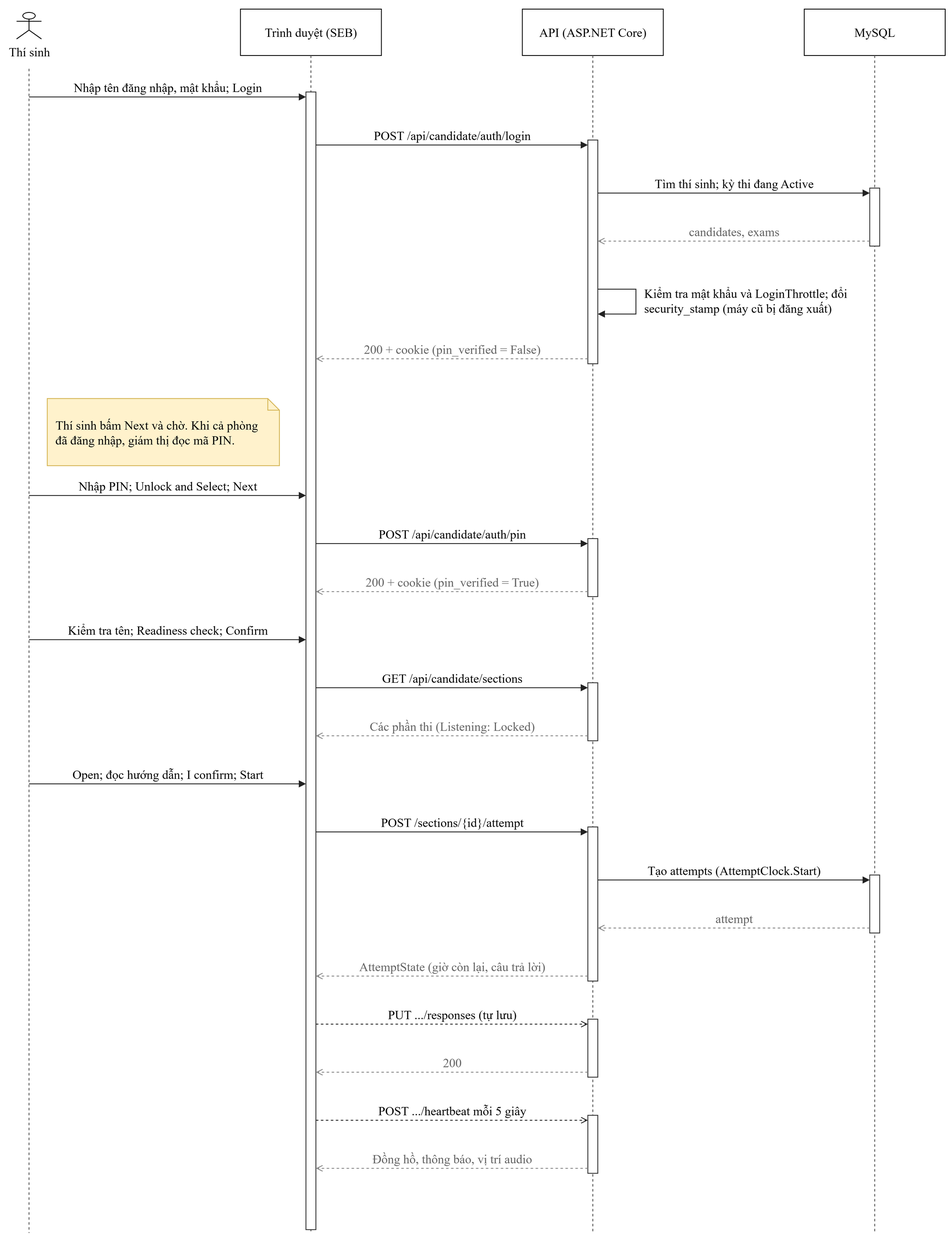
Above: thesis/diagrams/seq-candidate-login.drawio.png in trhlow/cambridge-exam-prep (draw.io), before the change. Source tidied: cells renumbered, new cells last; positions are measured from the earlier drawing's top-left corner, leaving out a move shared by most shapes.
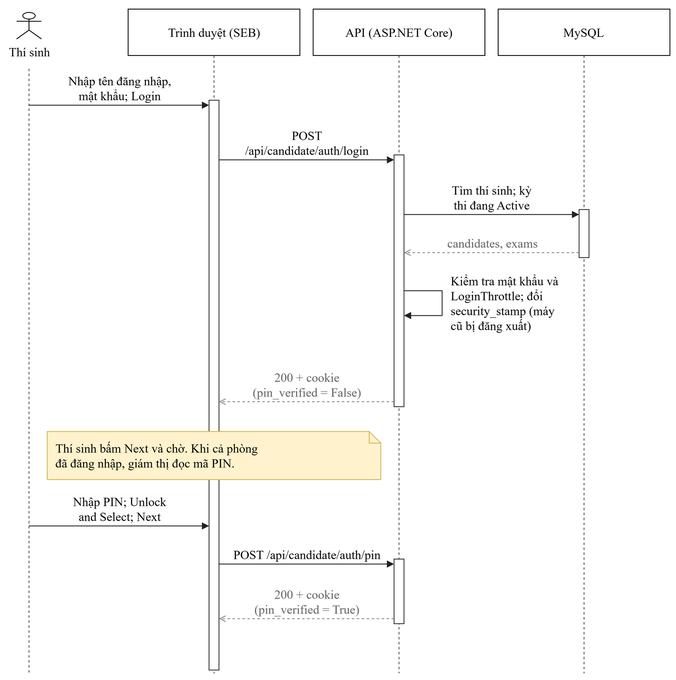
After the change.

Diff of the diagram source:
```diff
@@ -3,203 +3,116 @@
     <mxCell id="0" />
     <mxCell id="1" parent="0" />
     <mxCell id="2" value="Thí sinh" style="shape=umlActor;verticalLabelPosition=bottom;verticalAlign=top;html=1;fontFamily=Times New Roman;fontSize=15;" parent="1" vertex="1">
-      <mxGeometry y="4" width="30" height="32" as="geometry" />
+      <mxGeometry x="-35" y="4" width="30" height="32" as="geometry" />
     </mxCell>
     <mxCell id="3" style="endArrow=none;dashed=1;html=1;strokeColor=#555555;" parent="1" edge="1">
       <mxGeometry relative="1" as="geometry">
-        <mxPoint x="15" y="72" as="sourcePoint" />
-        <mxPoint x="15" y="1477" as="targetPoint" />
+        <mxPoint x="-20" y="72" as="sourcePoint" />
+        <mxPoint x="-20" y="802" as="targetPoint" />
       </mxGeometry>
     </mxCell>
     <mxCell id="4" value="Trình duyệt (SEB)" style="rounded=0;whiteSpace=wrap;html=1;fontFamily=Times New Roman;fontSize=15;" parent="1" vertex="1">
-      <mxGeometry x="270" width="170" height="56" as="geometry" />
+      <mxGeometry x="99.7" width="207.3" height="56" as="geometry" />
     </mxCell>
     <mxCell id="5" style="endArrow=none;dashed=1;html=1;strokeColor=#555555;" parent="1" edge="1">
       <mxGeometry relative="1" as="geometry">
-        <mxPoint x="355" y="56" as="sourcePoint" />
-        <mxPoint x="355" y="1477" as="targetPoint" />
+        <mxPoint x="203.3" y="56" as="sourcePoint" />
+        <mxPoint x="203.3" y="802" as="targetPoint" />
       </mxGeometry>
     </mxCell>
     <mxCell id="6" value="API (ASP.NET Core)" style="rounded=0;whiteSpace=wrap;html=1;fontFamily=Times New Roman;fontSize=15;" parent="1" vertex="1">
-      <mxGeometry x="610" width="170" height="56" as="geometry" />
+      <mxGeometry x="323" width="207.3" height="56" as="geometry" />
     </mxCell>
     <mxCell id="7" style="endArrow=none;dashed=1;html=1;strokeColor=#555555;" parent="1" edge="1">
       <mxGeometry relative="1" as="geometry">
-        <mxPoint x="695" y="56" as="sourcePoint" />
-        <mxPoint x="695" y="1477" as="targetPoint" />
+        <mxPoint x="426.7" y="56" as="sourcePoint" />
+        <mxPoint x="426.7" y="802" as="targetPoint" />
       </mxGeometry>
     </mxCell>
     <mxCell id="8" value="MySQL" style="rounded=0;whiteSpace=wrap;html=1;fontFamily=Times New Roman;fontSize=15;" parent="1" vertex="1">
-      <mxGeometry x="950" width="170" height="56" as="geometry" />
+      <mxGeometry x="546.3" width="207.3" height="56" as="geometry" />
     </mxCell>
     <mxCell id="9" style="endArrow=none;dashed=1;html=1;strokeColor=#555555;" parent="1" edge="1">
       <mxGeometry relative="1" as="geometry">
-        <mxPoint x="1035" y="56" as="sourcePoint" />
-        <mxPoint x="1035" y="1477" as="targetPoint" />
+        <mxPoint x="650" y="56" as="sourcePoint" />
+        <mxPoint x="650" y="802" as="targetPoint" />
       </mxGeometry>
     </mxCell>
     <mxCell id="10" style="rounded=0;whiteSpace=wrap;html=1;fillColor=#ffffff;strokeColor=#333333;" parent="1" vertex="1">
-      <mxGeometry x="1029" y="216" width="12" height="70" as="geometry" />
+      <mxGeometry x="644" y="242" width="12" height="58" as="geometry" />
     </mxCell>
     <mxCell id="11" style="rounded=0;whiteSpace=wrap;html=1;fillColor=#ffffff;strokeColor=#333333;" parent="1" vertex="1">
-      <mxGeometry x="689" y="158" width="12" height="270" as="geometry" />
+      <mxGeometry x="420.7" y="176" width="12" height="304" as="geometry" />
     </mxCell>
     <mxCell id="12" style="rounded=0;whiteSpace=wrap;html=1;fillColor=#ffffff;strokeColor=#333333;" parent="1" vertex="1">
-      <mxGeometry x="689" y="639" width="12" height="70" as="geometry" />
+      <mxGeometry x="420.7" y="664" width="12" height="78" as="geometry" />
     </mxCell>
     <mxCell id="13" style="rounded=0;whiteSpace=wrap;html=1;fillColor=#ffffff;strokeColor=#333333;" parent="1" vertex="1">
-      <mxGeometry x="689" y="813" width="12" height="70" as="geometry" />
+      <mxGeometry x="197.3" y="110" width="12" height="688" as="geometry" />
     </mxCell>
-    <mxCell id="14" style="rounded=0;whiteSpace=wrap;html=1;fillColor=#ffffff;strokeColor=#333333;" parent="1" vertex="1">
-      <mxGeometry x="1029" y="1045" width="12" height="70" as="geometry" />
-    </mxCell>
-    <mxCell id="15" style="rounded=0;whiteSpace=wrap;html=1;fillColor=#ffffff;strokeColor=#333333;" parent="1" vertex="1">
-      <mxGeometry x="689" y="987" width="12" height="186" as="geometry" />
-    </mxCell>
-    <mxCell id="16" style="rounded=0;whiteSpace=wrap;html=1;fillColor=#ffffff;strokeColor=#333333;" parent="1" vertex="1">
-      <mxGeometry x="689" y="1219" width="12" height="70" as="geometry" />
-    </mxCell>
-    <mxCell id="17" style="rounded=0;whiteSpace=wrap;html=1;fillColor=#ffffff;strokeColor=#333333;" parent="1" vertex="1">
-      <mxGeometry x="689" y="1335" width="12" height="70" as="geometry" />
-    </mxCell>
-    <mxCell id="18" style="rounded=0;whiteSpace=wrap;html=1;fillColor=#ffffff;strokeColor=#333333;" parent="1" vertex="1">
-      <mxGeometry x="349" y="100" width="12" height="1373" as="geometry" />
-    </mxCell>
-    <mxCell id="19" value="Nhập tên đăng nhập, mật khẩu; Login" style="endArrow=block;endFill=1;html=1;rounded=0;strokeColor=#222222;fontFamily=Times New Roman;fontSize=15;labelBackgroundColor=#ffffff;verticalAlign=bottom;" parent="1" edge="1">
+    <mxCell id="19" value="Nhập tên đăng nhập,&#10;mật khẩu; Login" style="endArrow=block;endFill=1;html=1;rounded=0;strokeColor=#222222;fontFamily=Times New Roman;fontSize=15;labelBackgroundColor=#ffffff;verticalAlign=bottom;" parent="1" edge="1">
       <mxGeometry relative="1" as="geometry">
-        <mxPoint x="15" y="106" as="sourcePoint" />
-        <mxPoint x="349" y="106" as="targetPoint" />
+        <mxPoint x="-20" y="116" as="sourcePoint" />
+        <mxPoint x="197.3" y="116" as="targetPoint" />
       </mxGeometry>
     </mxCell>
+    <mxCell id="42" value="POST&#10;/api/candidate/auth/login" style="endArrow=block;endFill=1;html=1;rounded=0;strokeColor=#222222;fontFamily=Times New Roman;fontSize=15;labelBackgroundColor=#ffffff;verticalAlign=bottom;" parent="1" edge="1">
+      <mxGeometry relative="1" as="geometry">
+        <mxPoint x="209.3" y="182" as="sourcePoint" />
+        <mxPoint x="420.7" y="182" as="targetPoint" />
+      </mxGeometry>
+    </mxCell>
+    <mxCell id="21" value="Tìm thí sinh; kỳ&#10;thi đang Active" style="endArrow=block;endFill=1;html=1;rounded=0;strokeColor=#222222;fontFamily=Times New Roman;fontSize=15;labelBackgroundColor=#ffffff;verticalAlign=bottom;" parent="1" edge="1">
+      <mxGeometry relative="1" as="geometry">
+        <mxPoint x="432.7" y="248" as="sourcePoint" />
+        <mxPoint x="644" y="248" as="targetPoint" />
+      </mxGeometry>
+    </mxCell>
+    <mxCell id="43" value="candidates, exams" style="endArrow=open;dashed=1;html=1;rounded=0;strokeColor=#888888;fontColor=#666666;fontFamily=Times New Roman;fontSize=15;labelBackgroundColor=#ffffff;verticalAlign=bottom;" parent="1" edge="1">
+      <mxGeometry relative="1" as="geometry">
+        <mxPoint x="644" y="294" as="sourcePoint" />
+        <mxPoint x="432.7" y="294" as="targetPoint" />
+      </mxGeometry>
+    </mxCell>
+    <mxCell id="44" style="endArrow=block;endFill=1;html=1;rounded=0;strokeColor=#222222;fontFamily=Times New Roman;fontSize=15;labelBackgroundColor=#ffffff;verticalAlign=bottom;" parent="1" edge="1">
+      <mxGeometry relative="1" as="geometry">
+        <mxPoint x="432.7" y="340" as="sourcePoint" />
+        <mxPoint x="432.7" y="370" as="targetPoint" />
+        <Array as="points">
+          <mxPoint x="478.7" y="340" />
+          <mxPoint x="478.7" y="370" />
+        </Array>
+      </mxGeometry>
+    </mxCell>
+    <mxCell id="24" value="Kiểm tra mật khẩu và&#10;LoginThrottle; đổi&#10;security_stamp (máy&#10;cũ bị đăng xuất)" style="text;html=1;whiteSpace=wrap;align=left;verticalAlign=middle;fontFamily=Times New Roman;fontSize=15;" parent="1" vertex="1">
+      <mxGeometry x="486.7" y="311" width="155.3" height="88" as="geometry" />
+    </mxCell>
-    <mxCell id="20" value="POST /api/candidate/auth/login" style="endArrow=block;endFill=1;html=1;rounded=0;strokeColor=#222222;fontFamily=Times New Roman;fontSize=15;labelBackgroundColor=#ffffff;verticalAlign=bottom;" parent="1" edge="1">
+    <mxCell id="20" value="200 + cookie&#10;(pin_verified = False)" style="endArrow=open;dashed=1;html=1;rounded=0;strokeColor=#888888;fontColor=#666666;fontFamily=Times New Roman;fontSize=15;labelBackgroundColor=#ffffff;verticalAlign=bottom;" parent="1" edge="1">
       <mxGeometry relative="1" as="geometry">
-        <mxPoint x="361" y="164" as="sourcePoint" />
-        <mxPoint x="689" y="164" as="targetPoint" />
+        <mxPoint x="420.7" y="474" as="sourcePoint" />
+        <mxPoint x="209.3" y="474" as="targetPoint" />
       </mxGeometry>
     </mxCell>
-    <mxCell id="21" value="Tìm thí sinh; kỳ thi đang Active" style="endArrow=block;endFill=1;html=1;rounded=0;strokeColor=#222222;fontFamily=Times New Roman;fontSize=15;labelBackgroundColor=#ffffff;verticalAlign=bottom;" parent="1" edge="1">
-      <mxGeometry relative="1" as="geometry">
-        <mxPoint x="701" y="222" as="sourcePoint" />
-        <mxPoint x="1029" y="222" as="targetPoint" />
-      </mxGeometry>
-    </mxCell>
+    <mxCell id="26" value="Thí sinh bấm Next và chờ. Khi cả phòng&#10;đã đăng nhập, giám thị đọc mã PIN." style="shape=note;whiteSpace=wrap;html=1;size=14;fillColor=#fff2cc;strokeColor=#d6b656;align=left;spacingLeft=8;spacingRight=8;fontFamily=Times New Roman;fontSize=15;" parent="1" vertex="1">
+      <mxGeometry x="2" y="510" width="402.7" height="58" as="geometry" />
+    </mxCell>
-    <mxCell id="22" value="candidates, exams" style="endArrow=open;dashed=1;html=1;rounded=0;strokeColor=#888888;fontColor=#666666;fontFamily=Times New Roman;fontSize=15;labelBackgroundColor=#ffffff;verticalAlign=bottom;" parent="1" edge="1">
+    <mxCell id="22" value="Nhập PIN; Unlock&#10;and Select; Next" style="endArrow=block;endFill=1;html=1;rounded=0;strokeColor=#222222;fontFamily=Times New Roman;fontSize=15;labelBackgroundColor=#ffffff;verticalAlign=bottom;" parent="1" edge="1">
       <mxGeometry relative="1" as="geometry">
-        <mxPoint x="1029" y="280" as="sourcePoint" />
-        <mxPoint x="701" y="280" as="targetPoint" />
+        <mxPoint x="-20" y="624" as="sourcePoint" />
+        <mxPoint x="197.3" y="624" as="targetPoint" />
       </mxGeometry>
     </mxCell>
-    <mxCell id="23" style="endArrow=block;endFill=1;html=1;rounded=0;strokeColor=#222222;fontFamily=Times New Roman;fontSize=15;labelBackgroundColor=#ffffff;verticalAlign=bottom;" parent="1" edge="1">
+    <mxCell id="23" value="POST /api/candidate/auth/pin" style="endArrow=block;endFill=1;html=1;rounded=0;strokeColor=#222222;fontFamily=Times New Roman;fontSize=15;labelBackgroundColor=#ffffff;verticalAlign=bottom;" parent="1" edge="1">
       <mxGeometry relative="1" as="geometry">
-        <mxPoint x="701" y="338" as="sourcePoint" />
-        <mxPoint x="701" y="368" as="targetPoint" />
-        <Array as="points">
-          <mxPoint x="747" y="338" />
-          <mxPoint x="747" y="368" />
-        </Array>
+        <mxPoint x="209.3" y="670" as="sourcePoint" />
+        <mxPoint x="420.7" y="670" as="targetPoint" />
       </mxGeometry>
     </mxCell>
-    <mxCell id="24" value="Kiểm tra mật khẩu và LoginThrottle; đổi security_stamp (máy cũ bị đăng xuất)" style="text;html=1;whiteSpace=wrap;align=left;verticalAlign=middle;fontFamily=Times New Roman;fontSize=15;" parent="1" vertex="1">
-      <mxGeometry x="755" y="332" width="270" height="40" as="geometry" />
-    </mxCell>
-    <mxCell id="25" value="200 + cookie (pin_verified = False)" style="endArrow=open;dashed=1;html=1;rounded=0;strokeColor=#888888;fontColor=#666666;fontFamily=Times New Roman;fontSize=15;labelBackgroundColor=#ffffff;verticalAlign=bottom;" parent="1" edge="1">
-      <mxGeometry relative="1" as="geometry">
-        <mxPoint x="689" y="422" as="sourcePoint" />
-        <mxPoint x="361" y="422" as="targetPoint" />
-      </mxGeometry>
-    </mxCell>
-    <mxCell id="26" value="Thí sinh bấm Next và chờ. Khi cả phòng đã đăng nhập, giám thị đọc mã PIN." style="shape=note;whiteSpace=wrap;html=1;size=14;fillColor=#fff2cc;strokeColor=#d6b656;align=left;spacingLeft=8;spacingRight=8;fontFamily=Times New Roman;fontSize=15;" parent="1" vertex="1">
-      <mxGeometry x="37" y="470" width="280" height="81" as="geometry" />
-    </mxCell>
-    <mxCell id="27" value="Nhập PIN; Unlock and Select; Next" style="endArrow=block;endFill=1;html=1;rounded=0;strokeColor=#222222;fontFamily=Times New Roman;fontSize=15;labelBackgroundColor=#ffffff;verticalAlign=bottom;" parent="1" edge="1">
-      <mxGeometry relative="1" as="geometry">
-        <mxPoint x="15" y="587" as="sourcePoint" />
-        <mxPoint x="349" y="587" as="targetPoint" />
-      </mxGeometry>
-    </mxCell>
-    <mxCell id="28" value="POST /api/candidate/auth/pin" style="endArrow=block;endFill=1;html=1;rounded=0;strokeColor=#222222;fontFamily=Times New Roman;fontSize=15;labelBackgroundColor=#ffffff;verticalAlign=bottom;" parent="1" edge="1">
-      <mxGeometry relative="1" as="geometry">
-        <mxPoint x="361" y="645" as="sourcePoint" />
-        <mxPoint x="689" y="645" as="targetPoint" />
-      </mxGeometry>
-    </mxCell>
-    <mxCell id="29" value="200 + cookie (pin_verified = True)" style="endArrow=open;dashed=1;html=1;rounded=0;strokeColor=#888888;fontColor=#666666;fontFamily=Times New Roman;fontSize=15;labelBackgroundColor=#ffffff;verticalAlign=bottom;" parent="1" edge="1">
+    <mxCell id="29" value="200 + cookie&#10;(pin_verified = True)" style="endArrow=open;dashed=1;html=1;rounded=0;strokeColor=#888888;fontColor=#666666;fontFamily=Times New Roman;fontSize=15;labelBackgroundColor=#ffffff;verticalAlign=bottom;" parent="1" edge="1">
       <mxGeometry relative="1" as="geometry">
-        <mxPoint x="689" y="703" as="sourcePoint" />
-        <mxPoint x="361" y="703" as="targetPoint" />
+        <mxPoint x="420.7" y="736" as="sourcePoint" />
+        <mxPoint x="209.3" y="736" as="targetPoint" />
       </mxGeometry>
     </mxCell>
-    <mxCell id="30" value="Kiểm tra tên; Readiness check; Confirm" style="endArrow=block;endFill=1;html=1;rounded=0;strokeColor=#222222;fontFamily=Times New Roman;fontSize=15;labelBackgroundColor=#ffffff;verticalAlign=bottom;" parent="1" edge="1">
-      <mxGeometry relative="1" as="geometry">
-        <mxPoint x="15" y="761" as="sourcePoint" />
-        <mxPoint x="349" y="761" as="targetPoint" />
-      </mxGeometry>
-    </mxCell>
-    <mxCell id="31" value="GET /api/candidate/sections" style="endArrow=block;endFill=1;html=1;rounded=0;strokeColor=#222222;fontFamily=Times New Roman;fontSize=15;labelBackgroundColor=#ffffff;verticalAlign=bottom;" parent="1" edge="1">
-      <mxGeometry relative="1" as="geometry">
-        <mxPoint x="361" y="819" as="sourcePoint" />
-        <mxPoint x="689" y="819" as="targetPoint" />
-      </mxGeometry>
-    </mxCell>
-    <mxCell id="32" value="Các phần thi (Listening: Locked)" style="endArrow=open;dashed=1;html=1;rounded=0;strokeColor=#888888;fontColor=#666666;fontFamily=Times New Roman;fontSize=15;labelBackgroundColor=#ffffff;verticalAlign=bottom;" parent="1" edge="1">
-      <mxGeometry relative="1" as="geometry">
-        <mxPoint x="689" y="877" as="sourcePoint" />
-        <mxPoint x="361" y="877" as="targetPoint" />
-      </mxGeometry>
-    </mxCell>
-    <mxCell id="33" value="Open; đọc hướng dẫn; I confirm; Start" style="endArrow=block;endFill=1;html=1;rounded=0;strokeColor=#222222;fontFamily=Times New Roman;fontSize=15;labelBackgroundColor=#ffffff;verticalAlign=bottom;" parent="1" edge="1">
-      <mxGeometry relative="1" as="geometry">
-        <mxPoint x="15" y="935" as="sourcePoint" />
-        <mxPoint x="349" y="935" as="targetPoint" />
-      </mxGeometry>
-    </mxCell>
-    <mxCell id="34" value="POST /sections/{id}/attempt" style="endArrow=block;endFill=1;html=1;rounded=0;strokeColor=#222222;fontFamily=Times New Roman;fontSize=15;labelBackgroundColor=#ffffff;verticalAlign=bottom;" parent="1" edge="1">
-      <mxGeometry relative="1" as="geometry">
-        <mxPoint x="361" y="993" as="sourcePoint" />
-        <mxPoint x="689" y="993" as="targetPoint" />
-      </mxGeometry>
-    </mxCell>
-    <mxCell id="35" value="Tạo attempts (AttemptClock.Start)" style="endArrow=block;endFill=1;html=1;rounded=0;strokeColor=#222222;fontFamily=Times New Roman;fontSize=15;labelBackgroundColor=#ffffff;verticalAlign=bottom;" parent="1" edge="1">
-      <mxGeometry relative="1" as="geometry">
-        <mxPoint x="701" y="1051" as="sourcePoint" />
-        <mxPoint x="1029" y="1051" as="targetPoint" />
-      </mxGeometry>
-    </mxCell>
-    <mxCell id="36" value="attempt" style="endArrow=open;dashed=1;html=1;rounded=0;strokeColor=#888888;fontColor=#666666;fontFamily=Times New Roman;fontSize=15;labelBackgroundColor=#ffffff;verticalAlign=bottom;" parent="1" edge="1">
-      <mxGeometry relative="1" as="geometry">
-        <mxPoint x="1029" y="1109" as="sourcePoint" />
-        <mxPoint x="701" y="1109" as="targetPoint" />
-      </mxGeometry>
-    </mxCell>
-    <mxCell id="37" value="AttemptState (giờ còn lại, câu trả lời)" style="endArrow=open;dashed=1;html=1;rounded=0;strokeColor=#888888;fontColor=#666666;fontFamily=Times New Roman;fontSize=15;labelBackgroundColor=#ffffff;verticalAlign=bottom;" parent="1" edge="1">
-      <mxGeometry relative="1" as="geometry">
-        <mxPoint x="689" y="1167" as="sourcePoint" />
-        <mxPoint x="361" y="1167" as="targetPoint" />
-      </mxGeometry>
-    </mxCell>
-    <mxCell id="38" value="PUT .../responses (tự lưu)" style="endArrow=open;dashed=1;html=1;rounded=0;strokeColor=#222222;fontFamily=Times New Roman;fontSize=15;labelBackgroundColor=#ffffff;verticalAlign=bottom;" parent="1" edge="1">
-      <mxGeometry relative="1" as="geometry">
-        <mxPoint x="361" y="1225" as="sourcePoint" />
-        <mxPoint x="689" y="1225" as="targetPoint" />
-      </mxGeometry>
-    </mxCell>
-    <mxCell id="39" value="200" style="endArrow=open;dashed=1;html=1;rounded=0;strokeColor=#888888;fontColor=#666666;fontFamily=Times New Roman;fontSize=15;labelBackgroundColor=#ffffff;verticalAlign=bottom;" parent="1" edge="1">
-      <mxGeometry relative="1" as="geometry">
-        <mxPoint x="689" y="1283" as="sourcePoint" />
-        <mxPoint x="361" y="1283" as="targetPoint" />
-      </mxGeometry>
-    </mxCell>
-    <mxCell id="40" value="POST .../heartbeat mỗi 5 giây" style="endArrow=open;dashed=1;html=1;rounded=0;strokeColor=#222222;fontFamily=Times New Roman;fontSize=15;labelBackgroundColor=#ffffff;verticalAlign=bottom;" parent="1" edge="1">
-      <mxGeometry relative="1" as="geometry">
-        <mxPoint x="361" y="1341" as="sourcePoint" />
-        <mxPoint x="689" y="1341" as="targetPoint" />
-      </mxGeometry>
-    </mxCell>
-    <mxCell id="41" value="Đồng hồ, thông báo, vị trí audio" style="endArrow=open;dashed=1;html=1;rounded=0;strokeColor=#888888;fontColor=#666666;fontFamily=Times New Roman;fontSize=15;labelBackgroundColor=#ffffff;verticalAlign=bottom;" parent="1" edge="1">
-      <mxGeometry relative="1" as="geometry">
-        <mxPoint x="689" y="1399" as="sourcePoint" />
-        <mxPoint x="361" y="1399" as="targetPoint" />
-      </mxGeometry>
-    </mxCell>
   </root>
 </mxGraphModel>
```
